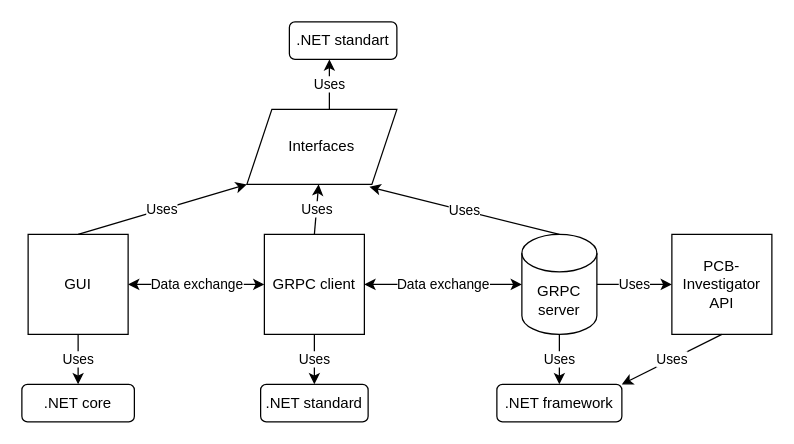
Razvanmatis/SmartIctAnalyzer keeps this draw.io diagram as Master Thesis/drawios/frameworks used.drawio. Above is the earlier version. Source tidied: cells renumbered, new cells numbered last; positions are measured from the earlier drawing's top-left corner, leaving out a move shared by most shapes. Both pictures are drawn from the tidied source at 125%, with x=0, y=0 at pixel (21, 21).
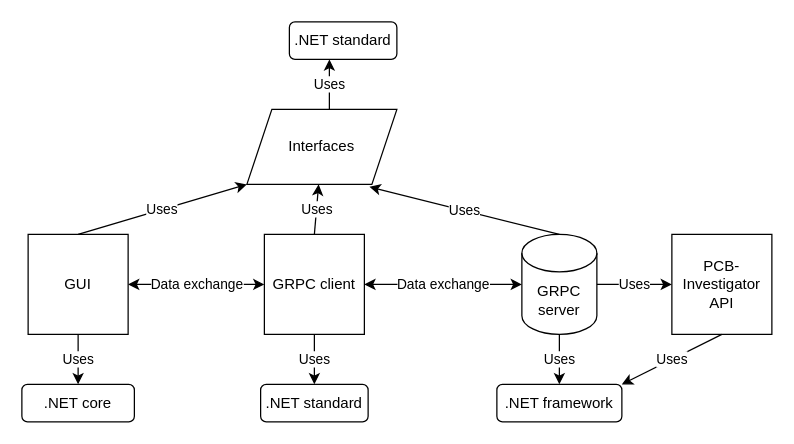
The same diagram, later.

The edit, as a diff of the source:
```diff
@@
-    <mxCell id="7" value=".NET standart" style="rounded=1;whiteSpace=wrap;html=1;" parent="1" vertex="1">
+    <mxCell id="7" value=".NET standard" style="rounded=1;whiteSpace=wrap;html=1;" parent="1" vertex="1">
       <mxGeometry x="214" width="86" height="30" as="geometry" />
     </mxCell>
```
